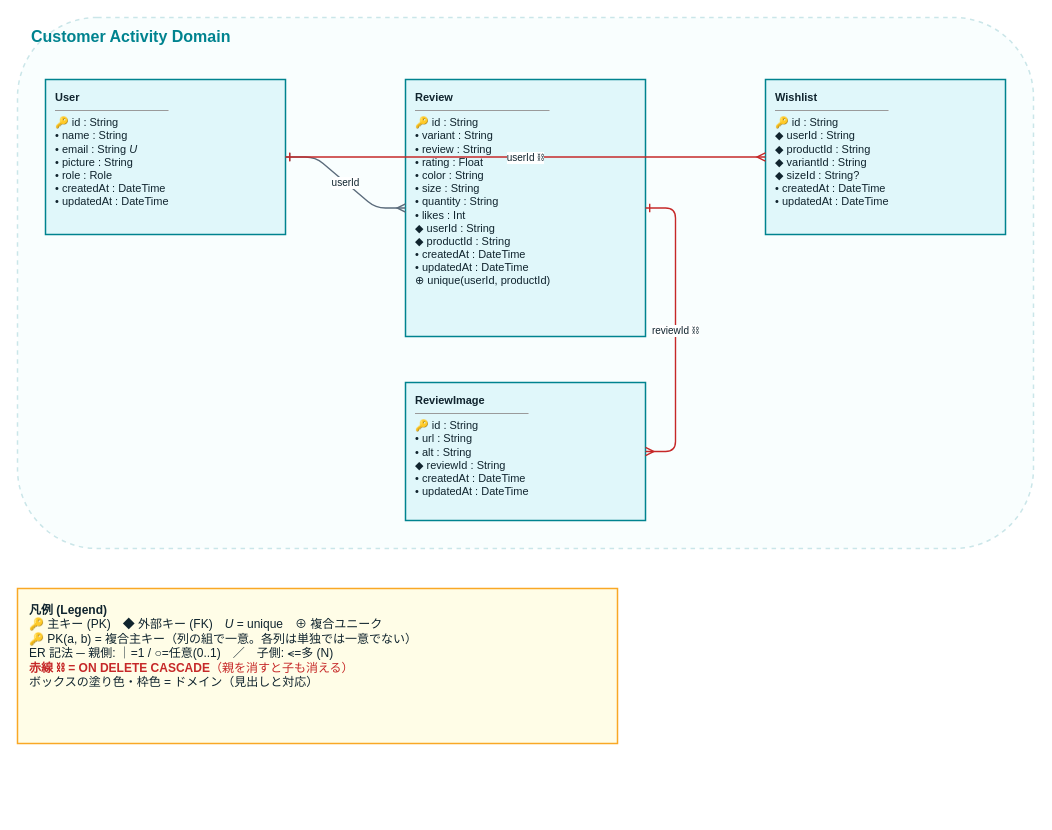
Above: page "3. Customer Activity" (3 of 13) of docs/architecture/data-model.drawio in myoshi2891/Multi-Vendor-E-Commerce (draw.io), before the change. Source tidied: cells renumbered, new cells numbered last; positions are measured from the earlier drawing's top-left corner, leaving out a move shared by most shapes. Both pictures are drawn from the tidied source at 100%, with x=0, y=0 at pixel (17, 17).
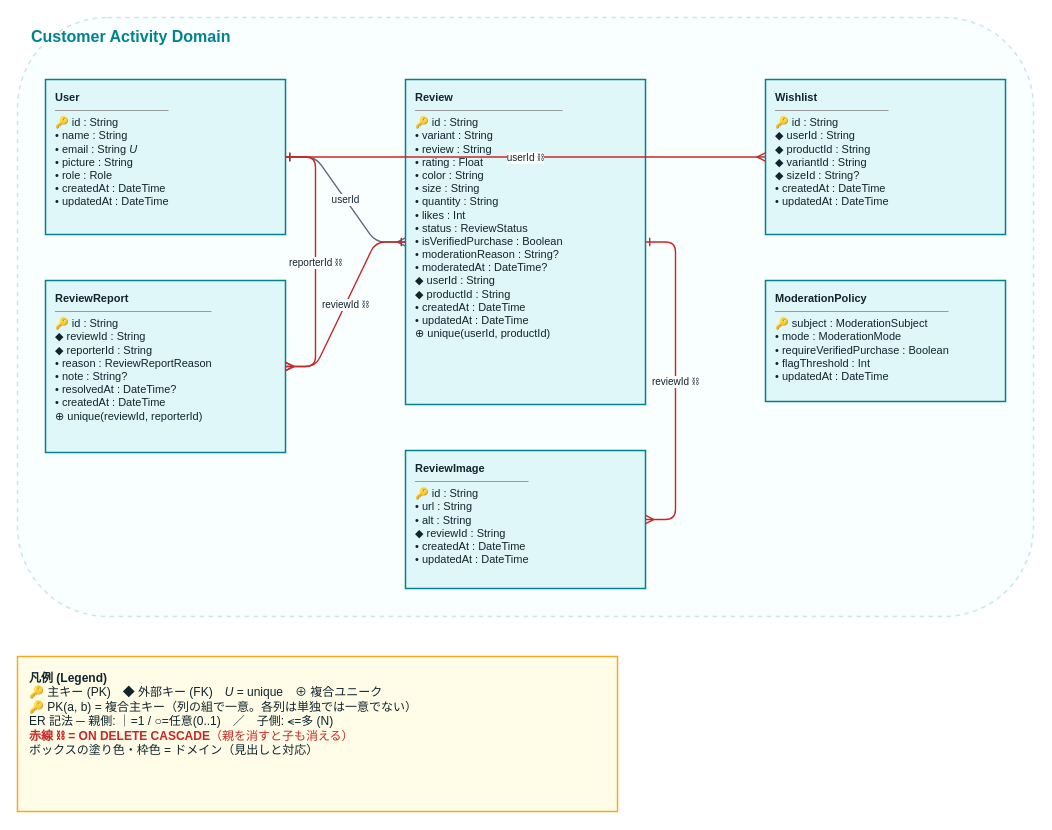
After the change.

Commit message (it also covers changes not shown here):
feat(db): add review governance and moderation models and migrations

The edit, as a diff of the source:
```diff
@@
 <mxGraphModel>
   <root>
     <mxCell id="0" />
     <mxCell id="1" parent="0" />
     <mxCell id="2" style="rounded=1;fillColor=#E0F7FA;opacity=20;strokeColor=#00838F;dashed=1;strokeWidth=1.5;verticalAlign=top;" parent="1" vertex="1">
-      <mxGeometry width="1016" height="531" as="geometry" />
+      <mxGeometry width="1016" height="599" as="geometry" />
     </mxCell>
     <mxCell id="3" value="Customer Activity Domain" style="text;html=1;fontSize=16;fontStyle=1;fontColor=#00838F;align=left;verticalAlign=middle;" parent="1" vertex="1">
       <mxGeometry x="12" y="6" width="992" height="26" as="geometry" />
     </mxCell>
     <mxCell id="4" value="&lt;b&gt;User&lt;/b&gt;&lt;hr size=&quot;1&quot;/&gt;🔑 id : String&lt;br/&gt;• name : String&lt;br/&gt;• email : String &lt;i&gt;U&lt;/i&gt;&lt;br/&gt;• picture : String&lt;br/&gt;• role : Role&lt;br/&gt;• createdAt : DateTime&lt;br/&gt;• updatedAt : DateTime" style="rounded=2;whiteSpace=wrap;html=1;align=left;verticalAlign=top;spacingLeft=8;spacingTop=5;spacingRight=6;fillColor=#E0F7FA;strokeColor=#00838F;strokeWidth=1.5;fontSize=11;fontColor=#10242E;" parent="1" vertex="1">
       <mxGeometry x="28" y="62" width="240" height="155" as="geometry" />
     </mxCell>
-    <mxCell id="5" value="&lt;b&gt;Review&lt;/b&gt;&lt;hr size=&quot;1&quot;/&gt;🔑 id : String&lt;br/&gt;• variant : String&lt;br/&gt;• review : String&lt;br/&gt;• rating : Float&lt;br/&gt;• color : String&lt;br/&gt;• size : String&lt;br/&gt;• quantity : String&lt;br/&gt;• likes : Int&lt;br/&gt;◆ userId : String&lt;br/&gt;◆ productId : String&lt;br/&gt;• createdAt : DateTime&lt;br/&gt;• updatedAt : DateTime&lt;br/&gt;⊕ unique(userId, productId)" style="rounded=2;whiteSpace=wrap;html=1;align=left;verticalAlign=top;spacingLeft=8;spacingTop=5;spacingRight=6;fillColor=#E0F7FA;strokeColor=#00838F;strokeWidth=1.5;fontSize=11;fontColor=#10242E;" parent="1" vertex="1">
-      <mxGeometry x="388" y="62" width="240" height="257" as="geometry" />
+    <mxCell id="5" value="&lt;b&gt;Review&lt;/b&gt;&lt;hr size=&quot;1&quot;/&gt;🔑 id : String&lt;br/&gt;• variant : String&lt;br/&gt;• review : String&lt;br/&gt;• rating : Float&lt;br/&gt;• color : String&lt;br/&gt;• size : String&lt;br/&gt;• quantity : String&lt;br/&gt;• likes : Int&lt;br/&gt;• status : ReviewStatus&lt;br/&gt;• isVerifiedPurchase : Boolean&lt;br/&gt;• moderationReason : String?&lt;br/&gt;• moderatedAt : DateTime?&lt;br/&gt;◆ userId : String&lt;br/&gt;◆ productId : String&lt;br/&gt;• createdAt : DateTime&lt;br/&gt;• updatedAt : DateTime&lt;br/&gt;⊕ unique(userId, productId)" style="rounded=2;whiteSpace=wrap;html=1;align=left;verticalAlign=top;spacingLeft=8;spacingTop=5;spacingRight=6;fillColor=#E0F7FA;strokeColor=#00838F;strokeWidth=1.5;fontSize=11;fontColor=#10242E;" parent="1" vertex="1">
+      <mxGeometry x="388" y="62" width="240" height="325" as="geometry" />
     </mxCell>
     <mxCell id="6" value="&lt;b&gt;ReviewImage&lt;/b&gt;&lt;hr size=&quot;1&quot;/&gt;🔑 id : String&lt;br/&gt;• url : String&lt;br/&gt;• alt : String&lt;br/&gt;◆ reviewId : String&lt;br/&gt;• createdAt : DateTime&lt;br/&gt;• updatedAt : DateTime" style="rounded=2;whiteSpace=wrap;html=1;align=left;verticalAlign=top;spacingLeft=8;spacingTop=5;spacingRight=6;fillColor=#E0F7FA;strokeColor=#00838F;strokeWidth=1.5;fontSize=11;fontColor=#10242E;" parent="1" vertex="1">
-      <mxGeometry x="388" y="365" width="240" height="138" as="geometry" />
+      <mxGeometry x="388" y="433" width="240" height="138" as="geometry" />
     </mxCell>
+    <mxCell id="12" value="&lt;b&gt;ReviewReport&lt;/b&gt;&lt;hr size=&quot;1&quot;/&gt;🔑 id : String&lt;br/&gt;◆ reviewId : String&lt;br/&gt;◆ reporterId : String&lt;br/&gt;• reason : ReviewReportReason&lt;br/&gt;• note : String?&lt;br/&gt;• resolvedAt : DateTime?&lt;br/&gt;• createdAt : DateTime&lt;br/&gt;⊕ unique(reviewId, reporterId)" style="rounded=2;whiteSpace=wrap;html=1;align=left;verticalAlign=top;spacingLeft=8;spacingTop=5;spacingRight=6;fillColor=#E0F7FA;strokeColor=#00838F;strokeWidth=1.5;fontSize=11;fontColor=#10242E;" parent="1" vertex="1">
+      <mxGeometry x="28" y="263" width="240" height="172" as="geometry" />
+    </mxCell>
+    <mxCell id="13" value="&lt;b&gt;ModerationPolicy&lt;/b&gt;&lt;hr size=&quot;1&quot;/&gt;🔑 subject : ModerationSubject&lt;br/&gt;• mode : ModerationMode&lt;br/&gt;• requireVerifiedPurchase : Boolean&lt;br/&gt;• flagThreshold : Int&lt;br/&gt;• updatedAt : DateTime" style="rounded=2;whiteSpace=wrap;html=1;align=left;verticalAlign=top;spacingLeft=8;spacingTop=5;spacingRight=6;fillColor=#E0F7FA;strokeColor=#00838F;strokeWidth=1.5;fontSize=11;fontColor=#10242E;" parent="1" vertex="1">
+      <mxGeometry x="748" y="263" width="240" height="121" as="geometry" />
+    </mxCell>
     <mxCell id="7" value="&lt;b&gt;Wishlist&lt;/b&gt;&lt;hr size=&quot;1&quot;/&gt;🔑 id : String&lt;br/&gt;◆ userId : String&lt;br/&gt;◆ productId : String&lt;br/&gt;◆ variantId : String&lt;br/&gt;◆ sizeId : String?&lt;br/&gt;• createdAt : DateTime&lt;br/&gt;• updatedAt : DateTime" style="rounded=2;whiteSpace=wrap;html=1;align=left;verticalAlign=top;spacingLeft=8;spacingTop=5;spacingRight=6;fillColor=#E0F7FA;strokeColor=#00838F;strokeWidth=1.5;fontSize=11;fontColor=#10242E;" parent="1" vertex="1">
       <mxGeometry x="748" y="62" width="240" height="155" as="geometry" />
     </mxCell>
     <mxCell id="8" value="userId" style="edgeStyle=entityRelationEdgeStyle;rounded=1;html=1;fontSize=10;fontColor=#10242E;labelBackgroundColor=#FFFFFF;jumpStyle=arc;jumpSize=10;startArrow=ERone;startFill=0;endArrow=ERmany;endFill=0;strokeColor=#5B6B7B;strokeWidth=1.4;" parent="1" edge="1" source="4" target="5">
       <mxGeometry relative="1" as="geometry" />
     </mxCell>
-    <mxCell id="9" value="reviewId ⛓" style="edgeStyle=entityRelationEdgeStyle;rounded=1;html=1;fontSize=10;fontColor=#10242E;labelBackgroundColor=#FFFFFF;jumpStyle=arc;jumpSize=10;startArrow=ERone;startFill=0;endArrow=ERmany;endFill=0;strokeColor=#C62828;strokeWidth=1.4;" parent="1" edge="1" source="5" target="6">
+    <mxCell id="9" value="reviewId ⛓" style="edgeStyle=entityRelationEdgeStyle;rounded=1;html=1;fontSize=10;fontColor=#10242E;labelBackgroundColor=#FFFFFF;jumpStyle=arc;jumpSize=10;startArrow=ERone;startFill=0;endArrow=ERmany;endFill=0;strokeColor=#C62828;strokeWidth=1.4;" parent="1" edge="1" source="5" target="12">
       <mxGeometry relative="1" as="geometry" />
     </mxCell>
-    <mxCell id="10" value="userId ⛓" style="edgeStyle=entityRelationEdgeStyle;rounded=1;html=1;fontSize=10;fontColor=#10242E;labelBackgroundColor=#FFFFFF;jumpStyle=arc;jumpSize=10;startArrow=ERone;startFill=0;endArrow=ERmany;endFill=0;strokeColor=#C62828;strokeWidth=1.4;" parent="1" edge="1" source="4" target="7">
+    <mxCell id="10" value="reporterId ⛓" style="edgeStyle=entityRelationEdgeStyle;rounded=1;html=1;fontSize=10;fontColor=#10242E;labelBackgroundColor=#FFFFFF;jumpStyle=arc;jumpSize=10;startArrow=ERone;startFill=0;endArrow=ERmany;endFill=0;strokeColor=#C62828;strokeWidth=1.4;" parent="1" edge="1" source="4" target="12">
       <mxGeometry relative="1" as="geometry" />
     </mxCell>
+    <mxCell id="14" value="reviewId ⛓" style="edgeStyle=entityRelationEdgeStyle;rounded=1;html=1;fontSize=10;fontColor=#10242E;labelBackgroundColor=#FFFFFF;jumpStyle=arc;jumpSize=10;startArrow=ERone;startFill=0;endArrow=ERmany;endFill=0;strokeColor=#C62828;strokeWidth=1.4;" parent="1" edge="1" source="5" target="6">
+      <mxGeometry relative="1" as="geometry" />
+    </mxCell>
+    <mxCell id="15" value="userId ⛓" style="edgeStyle=entityRelationEdgeStyle;rounded=1;html=1;fontSize=10;fontColor=#10242E;labelBackgroundColor=#FFFFFF;jumpStyle=arc;jumpSize=10;startArrow=ERone;startFill=0;endArrow=ERmany;endFill=0;strokeColor=#C62828;strokeWidth=1.4;" parent="1" edge="1" source="4" target="7">
+      <mxGeometry relative="1" as="geometry" />
+    </mxCell>
     <mxCell id="11" value="&lt;b&gt;凡例 (Legend)&lt;/b&gt;&lt;br/&gt;🔑 主キー (PK)　◆ 外部キー (FK)　&lt;i&gt;U&lt;/i&gt; = unique　⊕ 複合ユニーク&lt;br/&gt;🔑 PK(a, b) = 複合主キー（列の組で一意。各列は単独では一意でない）&lt;br/&gt;ER 記法 ─ 親側: ｜=1 / ○=任意(0..1)　／　子側: ⪪=多 (N)&lt;br/&gt;&lt;font color='#C62828'&gt;&lt;b&gt;赤線 ⛓ = ON DELETE CASCADE&lt;/b&gt;（親を消すと子も消える）&lt;/font&gt;&lt;br/&gt;ボックスの塗り色・枠色 = ドメイン（見出しと対応）" style="rounded=2;whiteSpace=wrap;html=1;align=left;verticalAlign=top;spacingLeft=10;spacingTop=8;fillColor=#FFFDE7;strokeColor=#F9A825;strokeWidth=1.5;fontSize=12;fontColor=#10242E;" parent="1" vertex="1">
-      <mxGeometry y="571" width="600" height="155" as="geometry" />
+      <mxGeometry y="639" width="600" height="155" as="geometry" />
     </mxCell>
   </root>
 </mxGraphModel>
```
